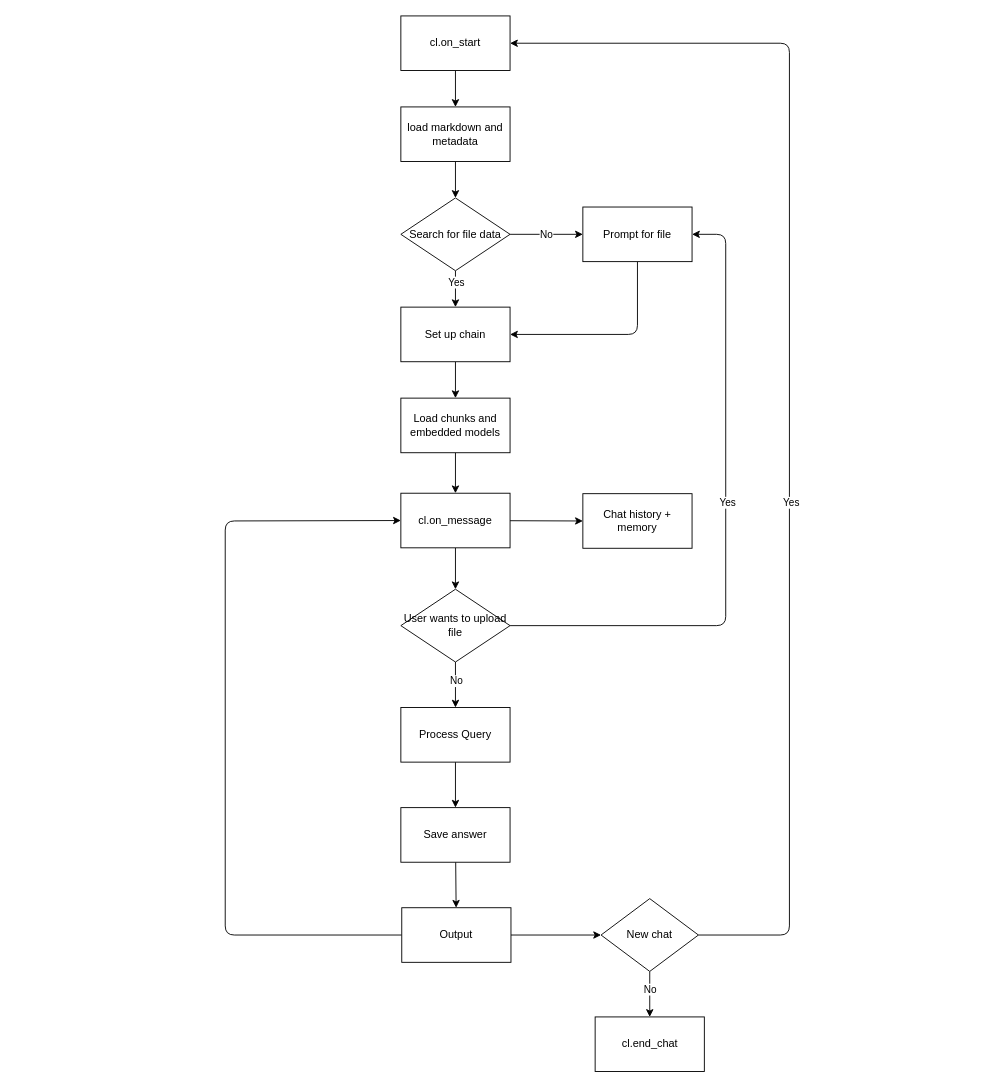
Before: main.dio in hcuong04/rag-chat-with-pdf, a draw.io diagram. Source tidied: cells renumbered, new cells numbered last; positions are measured from the earlier drawing's top-left corner, leaving out a move shared by most shapes. Both pictures are drawn from the tidied source at 91%, with x=0, y=0 at pixel (225, 15).
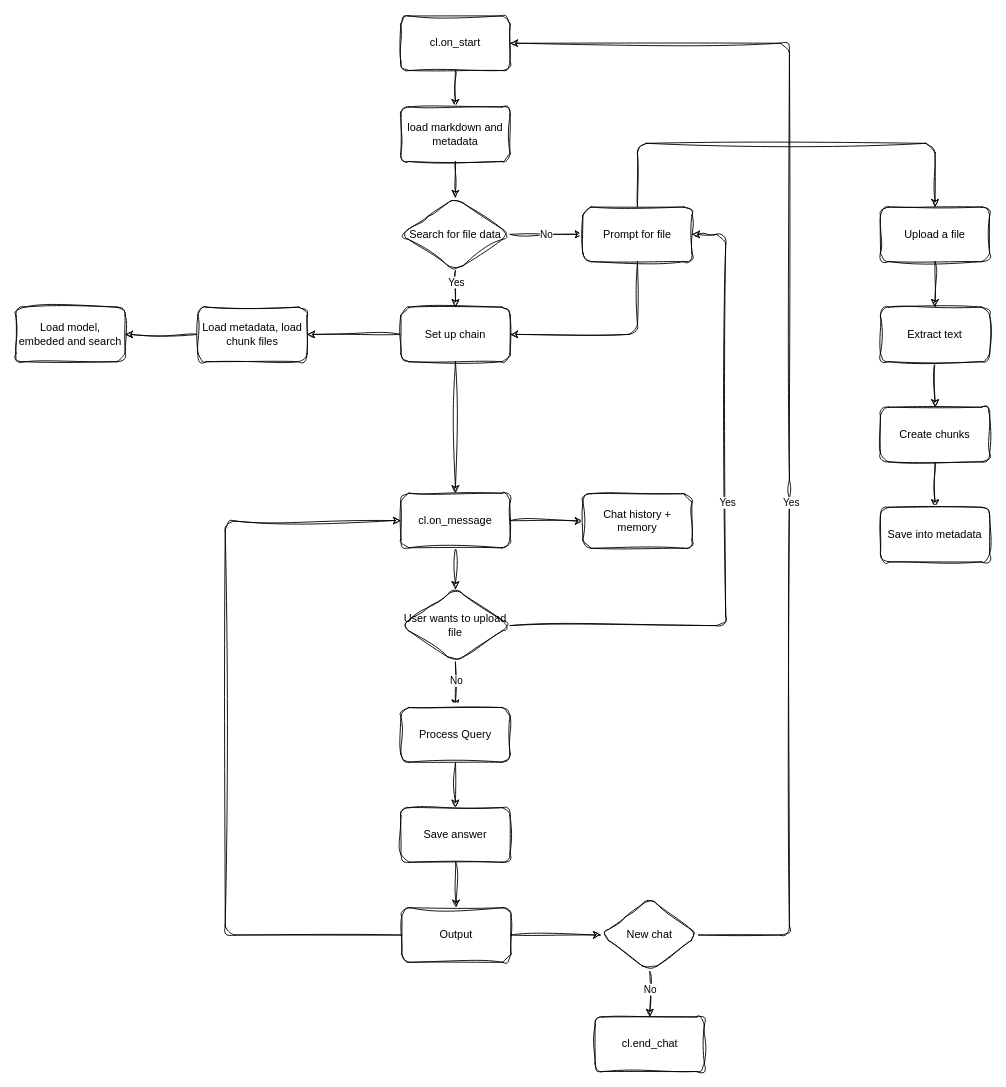
The same diagram, later.

Commit message (it also covers changes not shown here):
updated image and pdf message attachment

The edit, as a diff of the source:
```diff
@@
-    <mxCell id="2" style="edgeStyle=none;html=1;" parent="1" edge="1" source="3" target="5">
+    <mxCell id="2" style="edgeStyle=none;html=1;sketch=1;curveFitting=1;jiggle=2;" parent="1" edge="1" source="3" target="5">
       <mxGeometry relative="1" as="geometry" />
     </mxCell>
-    <mxCell id="3" value="cl.on_start" style="rounded=0;whiteSpace=wrap;html=1;" parent="1" vertex="1">
+    <mxCell id="3" value="cl.on_start" style="rounded=1;whiteSpace=wrap;html=1;sketch=1;curveFitting=1;jiggle=2;" parent="1" vertex="1">
       <mxGeometry x="193" width="120" height="60" as="geometry" />
     </mxCell>
-    <mxCell id="4" style="edgeStyle=none;html=1;entryX=0.5;entryY=0;entryDx=0;entryDy=0;" parent="1" edge="1" source="5" target="10">
+    <mxCell id="4" style="edgeStyle=none;html=1;entryX=0.5;entryY=0;entryDx=0;entryDy=0;sketch=1;curveFitting=1;jiggle=2;" parent="1" edge="1" source="5" target="10">
       <mxGeometry relative="1" as="geometry" />
     </mxCell>
-    <mxCell id="5" value="load markdown and metadata" style="whiteSpace=wrap;html=1;rounded=0;" parent="1" vertex="1">
+    <mxCell id="5" value="load markdown and metadata" style="whiteSpace=wrap;html=1;rounded=1;sketch=1;curveFitting=1;jiggle=2;" parent="1" vertex="1">
       <mxGeometry x="193" y="100" width="120" height="60" as="geometry" />
     </mxCell>
-    <mxCell id="6" style="edgeStyle=none;html=1;" parent="1" edge="1" source="10" target="12">
+    <mxCell id="6" style="edgeStyle=none;html=1;sketch=1;curveFitting=1;jiggle=2;" parent="1" edge="1" source="10" target="12">
       <mxGeometry relative="1" as="geometry" />
     </mxCell>
-    <mxCell id="7" value="No" style="edgeLabel;html=1;align=center;verticalAlign=middle;" parent="6" vertex="1">
+    <mxCell id="7" value="No" style="edgeLabel;html=1;align=center;verticalAlign=middle;sketch=1;curveFitting=1;jiggle=2;rounded=1;" parent="6" vertex="1">
       <mxGeometry x="-0.03" relative="1" as="geometry" />
     </mxCell>
-    <mxCell id="8" style="edgeStyle=none;html=1;" parent="1" edge="1" source="10" target="14">
+    <mxCell id="8" style="edgeStyle=none;html=1;sketch=1;curveFitting=1;jiggle=2;" parent="1" edge="1" source="10" target="14">
       <mxGeometry relative="1" as="geometry" />
     </mxCell>
-    <mxCell id="9" value="Yes" style="edgeLabel;html=1;align=center;verticalAlign=middle;" parent="8" vertex="1">
+    <mxCell id="9" value="Yes" style="edgeLabel;html=1;align=center;verticalAlign=middle;sketch=1;curveFitting=1;jiggle=2;rounded=1;" parent="8" vertex="1">
       <mxGeometry x="-0.42" y="2" relative="1" as="geometry">
         <mxPoint x="-2" as="offset" />
       </mxGeometry>
     </mxCell>
-    <mxCell id="10" value="Search for file data" style="rhombus;whiteSpace=wrap;html=1;" parent="1" vertex="1">
+    <mxCell id="10" value="Search for file data" style="rhombus;whiteSpace=wrap;html=1;sketch=1;curveFitting=1;jiggle=2;rounded=1;" parent="1" vertex="1">
       <mxGeometry x="193" y="200" width="120" height="80" as="geometry" />
     </mxCell>
-    <mxCell id="11" style="edgeStyle=none;html=1;entryX=1;entryY=0.5;entryDx=0;entryDy=0;" parent="1" edge="1" source="12" target="14">
+    <mxCell id="11" style="edgeStyle=none;html=1;entryX=1;entryY=0.5;entryDx=0;entryDy=0;sketch=1;curveFitting=1;jiggle=2;" parent="1" edge="1" source="12" target="14">
       <mxGeometry relative="1" as="geometry">
         <Array as="points">
           <mxPoint x="453" y="350" />
         </Array>
       </mxGeometry>
     </mxCell>
+    <mxCell id="39" style="edgeStyle=none;html=1;entryX=0.5;entryY=0;entryDx=0;entryDy=0;exitX=0.5;exitY=0;exitDx=0;exitDy=0;sketch=1;curveFitting=1;jiggle=2;" parent="1" edge="1" source="12" target="42">
+      <mxGeometry relative="1" as="geometry">
+        <Array as="points">
+          <mxPoint x="453" y="140" />
+          <mxPoint x="780" y="140" />
+        </Array>
+      </mxGeometry>
+    </mxCell>
-    <mxCell id="12" value="Prompt for file" style="whiteSpace=wrap;html=1;" parent="1" vertex="1">
+    <mxCell id="12" value="Prompt for file" style="whiteSpace=wrap;html=1;sketch=1;curveFitting=1;jiggle=2;rounded=1;" parent="1" vertex="1">
       <mxGeometry x="393" y="210" width="120" height="60" as="geometry" />
     </mxCell>
-    <mxCell id="13" style="edgeStyle=none;html=1;" parent="1" edge="1" source="14" target="16">
-      <mxGeometry relative="1" as="geometry" />
-    </mxCell>
+    <mxCell id="40" style="edgeStyle=none;html=1;sketch=1;curveFitting=1;jiggle=2;" parent="1" edge="1" source="14" target="49">
+      <mxGeometry relative="1" as="geometry" />
+    </mxCell>
-    <mxCell id="14" value="Set up chain" style="whiteSpace=wrap;html=1;" parent="1" vertex="1">
+    <mxCell id="14" value="Set up chain" style="whiteSpace=wrap;html=1;sketch=1;curveFitting=1;jiggle=2;rounded=1;" parent="1" vertex="1">
       <mxGeometry x="193" y="320" width="120" height="60" as="geometry" />
     </mxCell>
-    <mxCell id="15" style="edgeStyle=none;html=1;" parent="1" edge="1" source="16" target="19">
+    <mxCell id="15" style="edgeStyle=none;html=1;exitX=0.5;exitY=1;exitDx=0;exitDy=0;sketch=1;curveFitting=1;jiggle=2;" parent="1" edge="1" source="14" target="19">
       <mxGeometry relative="1" as="geometry" />
     </mxCell>
-    <mxCell id="16" value="Load chunks and embedded models" style="whiteSpace=wrap;html=1;" parent="1" vertex="1">
-      <mxGeometry x="193" y="420" width="120" height="60" as="geometry" />
-    </mxCell>
-    <mxCell id="17" style="edgeStyle=none;html=1;entryX=0.5;entryY=0;entryDx=0;entryDy=0;" parent="1" edge="1" source="19" target="24">
+    <mxCell id="17" style="edgeStyle=none;html=1;entryX=0.5;entryY=0;entryDx=0;entryDy=0;sketch=1;curveFitting=1;jiggle=2;" parent="1" edge="1" source="19" target="24">
       <mxGeometry relative="1" as="geometry" />
     </mxCell>
-    <mxCell id="18" style="edgeStyle=none;html=1;entryX=0;entryY=0.5;entryDx=0;entryDy=0;" parent="1" edge="1" source="19" target="38">
+    <mxCell id="18" style="edgeStyle=none;html=1;entryX=0;entryY=0.5;entryDx=0;entryDy=0;sketch=1;curveFitting=1;jiggle=2;" parent="1" edge="1" source="19" target="38">
       <mxGeometry relative="1" as="geometry" />
     </mxCell>
-    <mxCell id="19" value="cl.on_message" style="whiteSpace=wrap;html=1;" parent="1" vertex="1">
+    <mxCell id="19" value="cl.on_message" style="whiteSpace=wrap;html=1;sketch=1;curveFitting=1;jiggle=2;rounded=1;" parent="1" vertex="1">
       <mxGeometry x="193" y="524.5" width="120" height="60" as="geometry" />
     </mxCell>
-    <mxCell id="20" style="edgeStyle=none;html=1;entryX=1;entryY=0.5;entryDx=0;entryDy=0;exitX=1;exitY=0.5;exitDx=0;exitDy=0;" parent="1" edge="1" source="24" target="12">
+    <mxCell id="20" style="edgeStyle=none;html=1;entryX=1;entryY=0.5;entryDx=0;entryDy=0;exitX=1;exitY=0.5;exitDx=0;exitDy=0;sketch=1;curveFitting=1;jiggle=2;" parent="1" edge="1" source="24" target="12">
       <mxGeometry relative="1" as="geometry">
         <Array as="points">
           <mxPoint x="550" y="670" />
           <mxPoint x="550" y="240" />
         </Array>
       </mxGeometry>
     </mxCell>
-    <mxCell id="21" value="Yes" style="edgeLabel;html=1;align=center;verticalAlign=middle;" parent="20" vertex="1">
+    <mxCell id="21" value="Yes" style="edgeLabel;html=1;align=center;verticalAlign=middle;sketch=1;curveFitting=1;jiggle=2;rounded=1;" parent="20" vertex="1">
       <mxGeometry x="0.06" y="-1" relative="1" as="geometry" />
     </mxCell>
-    <mxCell id="22" style="edgeStyle=none;html=1;" parent="1" edge="1" source="24" target="26">
+    <mxCell id="22" style="edgeStyle=none;html=1;sketch=1;curveFitting=1;jiggle=2;" parent="1" edge="1" source="24" target="26">
       <mxGeometry relative="1" as="geometry" />
     </mxCell>
-    <mxCell id="23" value="No" style="edgeLabel;html=1;align=center;verticalAlign=middle;" parent="22" vertex="1">
+    <mxCell id="23" value="No" style="edgeLabel;html=1;align=center;verticalAlign=middle;sketch=1;curveFitting=1;jiggle=2;rounded=1;" parent="22" vertex="1">
       <mxGeometry x="-0.4" relative="1" as="geometry">
         <mxPoint y="5" as="offset" />
       </mxGeometry>
     </mxCell>
-    <mxCell id="24" value="User wants to upload file" style="rhombus;whiteSpace=wrap;html=1;" parent="1" vertex="1">
+    <mxCell id="24" value="User wants to upload file" style="rhombus;whiteSpace=wrap;html=1;sketch=1;curveFitting=1;jiggle=2;rounded=1;" parent="1" vertex="1">
       <mxGeometry x="193" y="630" width="120" height="80" as="geometry" />
     </mxCell>
-    <mxCell id="25" style="edgeStyle=none;html=1;" parent="1" edge="1" source="26" target="28">
+    <mxCell id="25" style="edgeStyle=none;html=1;sketch=1;curveFitting=1;jiggle=2;" parent="1" edge="1" source="26" target="28">
       <mxGeometry relative="1" as="geometry" />
     </mxCell>
-    <mxCell id="26" value="Process Query" style="whiteSpace=wrap;html=1;" parent="1" vertex="1">
+    <mxCell id="26" value="Process Query" style="whiteSpace=wrap;html=1;sketch=1;curveFitting=1;jiggle=2;rounded=1;" parent="1" vertex="1">
       <mxGeometry x="193" y="760" width="120" height="60" as="geometry" />
     </mxCell>
-    <mxCell id="27" style="edgeStyle=none;html=1;" parent="1" edge="1" source="28" target="31">
+    <mxCell id="27" style="edgeStyle=none;html=1;sketch=1;curveFitting=1;jiggle=2;" parent="1" edge="1" source="28" target="31">
       <mxGeometry relative="1" as="geometry" />
     </mxCell>
-    <mxCell id="28" value="Save answer" style="whiteSpace=wrap;html=1;" parent="1" vertex="1">
+    <mxCell id="28" value="Save answer" style="whiteSpace=wrap;html=1;sketch=1;curveFitting=1;jiggle=2;rounded=1;" parent="1" vertex="1">
       <mxGeometry x="193" y="870" width="120" height="60" as="geometry" />
     </mxCell>
-    <mxCell id="29" style="edgeStyle=none;html=1;entryX=0;entryY=0.5;entryDx=0;entryDy=0;" parent="1" edge="1" source="31" target="19">
+    <mxCell id="29" style="edgeStyle=none;html=1;entryX=0;entryY=0.5;entryDx=0;entryDy=0;sketch=1;curveFitting=1;jiggle=2;" parent="1" edge="1" source="31" target="19">
       <mxGeometry relative="1" as="geometry">
         <Array as="points">
           <mxPoint y="1010" />
           <mxPoint y="555" />
         </Array>
       </mxGeometry>
     </mxCell>
-    <mxCell id="30" style="edgeStyle=none;html=1;entryX=0;entryY=0.5;entryDx=0;entryDy=0;" parent="1" edge="1" source="31" target="36">
+    <mxCell id="30" style="edgeStyle=none;html=1;entryX=0;entryY=0.5;entryDx=0;entryDy=0;sketch=1;curveFitting=1;jiggle=2;" parent="1" edge="1" source="31" target="36">
       <mxGeometry relative="1" as="geometry" />
     </mxCell>
-    <mxCell id="31" value="Output" style="whiteSpace=wrap;html=1;" parent="1" vertex="1">
+    <mxCell id="31" value="Output" style="whiteSpace=wrap;html=1;sketch=1;curveFitting=1;jiggle=2;rounded=1;" parent="1" vertex="1">
       <mxGeometry x="194" y="980" width="120" height="60" as="geometry" />
     </mxCell>
-    <mxCell id="32" style="edgeStyle=none;html=1;entryX=1;entryY=0.5;entryDx=0;entryDy=0;" parent="1" edge="1" source="36" target="3">
+    <mxCell id="32" style="edgeStyle=none;html=1;entryX=1;entryY=0.5;entryDx=0;entryDy=0;sketch=1;curveFitting=1;jiggle=2;" parent="1" edge="1" source="36" target="3">
       <mxGeometry relative="1" as="geometry">
         <Array as="points">
           <mxPoint x="620" y="1010" />
           <mxPoint x="620" y="520" />
           <mxPoint x="620" y="30" />
         </Array>
       </mxGeometry>
     </mxCell>
-    <mxCell id="33" value="Yes" style="edgeLabel;html=1;align=center;verticalAlign=middle;" parent="32" vertex="1">
+    <mxCell id="33" value="Yes" style="edgeLabel;html=1;align=center;verticalAlign=middle;sketch=1;curveFitting=1;jiggle=2;rounded=1;" parent="32" vertex="1">
       <mxGeometry x="-0.17" y="-1" relative="1" as="geometry" />
     </mxCell>
-    <mxCell id="34" style="edgeStyle=none;html=1;" parent="1" edge="1" source="36" target="37">
+    <mxCell id="34" style="edgeStyle=none;html=1;sketch=1;curveFitting=1;jiggle=2;" parent="1" edge="1" source="36" target="37">
       <mxGeometry relative="1" as="geometry" />
     </mxCell>
-    <mxCell id="35" value="No" style="edgeLabel;html=1;align=center;verticalAlign=middle;" parent="34" vertex="1">
+    <mxCell id="35" value="No" style="edgeLabel;html=1;align=center;verticalAlign=middle;sketch=1;curveFitting=1;jiggle=2;rounded=1;" parent="34" vertex="1">
       <mxGeometry x="-0.25" relative="1" as="geometry" />
     </mxCell>
-    <mxCell id="36" value="New chat" style="rhombus;whiteSpace=wrap;html=1;" parent="1" vertex="1">
+    <mxCell id="36" value="New chat" style="rhombus;whiteSpace=wrap;html=1;sketch=1;curveFitting=1;jiggle=2;rounded=1;" parent="1" vertex="1">
       <mxGeometry x="413" y="970" width="107" height="80" as="geometry" />
     </mxCell>
-    <mxCell id="37" value="cl.end_chat" style="whiteSpace=wrap;html=1;" parent="1" vertex="1">
+    <mxCell id="37" value="cl.end_chat" style="whiteSpace=wrap;html=1;sketch=1;curveFitting=1;jiggle=2;rounded=1;" parent="1" vertex="1">
       <mxGeometry x="406.5" y="1100" width="120" height="60" as="geometry" />
     </mxCell>
-    <mxCell id="38" value="Chat history + memory" style="whiteSpace=wrap;html=1;" parent="1" vertex="1">
+    <mxCell id="38" value="Chat history + memory" style="whiteSpace=wrap;html=1;sketch=1;curveFitting=1;jiggle=2;rounded=1;" parent="1" vertex="1">
       <mxGeometry x="393" y="525" width="120" height="60" as="geometry" />
     </mxCell>
+    <mxCell id="41" style="edgeStyle=none;html=1;sketch=1;curveFitting=1;jiggle=2;" parent="1" edge="1" source="42" target="44">
+      <mxGeometry relative="1" as="geometry" />
+    </mxCell>
+    <mxCell id="42" value="Upload a file" style="rounded=1;whiteSpace=wrap;html=1;sketch=1;curveFitting=1;jiggle=2;" parent="1" vertex="1">
+      <mxGeometry x="720" y="210" width="120" height="60" as="geometry" />
+    </mxCell>
+    <mxCell id="43" style="edgeStyle=none;html=1;sketch=1;curveFitting=1;jiggle=2;" parent="1" edge="1" source="44" target="46">
+      <mxGeometry relative="1" as="geometry" />
+    </mxCell>
+    <mxCell id="44" value="Extract text" style="whiteSpace=wrap;html=1;rounded=1;sketch=1;curveFitting=1;jiggle=2;" parent="1" vertex="1">
+      <mxGeometry x="720" y="320" width="120" height="60" as="geometry" />
+    </mxCell>
+    <mxCell id="45" style="edgeStyle=none;html=1;sketch=1;curveFitting=1;jiggle=2;" parent="1" edge="1" source="46" target="47">
+      <mxGeometry relative="1" as="geometry" />
+    </mxCell>
+    <mxCell id="46" value="Create chunks" style="whiteSpace=wrap;html=1;rounded=1;sketch=1;curveFitting=1;jiggle=2;" parent="1" vertex="1">
+      <mxGeometry x="720" y="430" width="120" height="60" as="geometry" />
+    </mxCell>
+    <mxCell id="47" value="Save into metadata" style="whiteSpace=wrap;html=1;rounded=1;sketch=1;curveFitting=1;jiggle=2;" parent="1" vertex="1">
+      <mxGeometry x="720" y="540" width="120" height="60" as="geometry" />
+    </mxCell>
+    <mxCell id="48" style="edgeStyle=none;html=1;sketch=1;curveFitting=1;jiggle=2;" parent="1" edge="1" source="49" target="50">
+      <mxGeometry relative="1" as="geometry" />
+    </mxCell>
+    <mxCell id="49" value="Load metadata, load chunk files" style="whiteSpace=wrap;html=1;sketch=1;curveFitting=1;jiggle=2;rounded=1;" parent="1" vertex="1">
+      <mxGeometry x="-30" y="320" width="120" height="60" as="geometry" />
+    </mxCell>
+    <mxCell id="50" value="Load model, embeded and search" style="whiteSpace=wrap;html=1;sketch=1;curveFitting=1;jiggle=2;rounded=1;" parent="1" vertex="1">
+      <mxGeometry x="-230" y="320" width="120" height="60" as="geometry" />
+    </mxCell>
```
